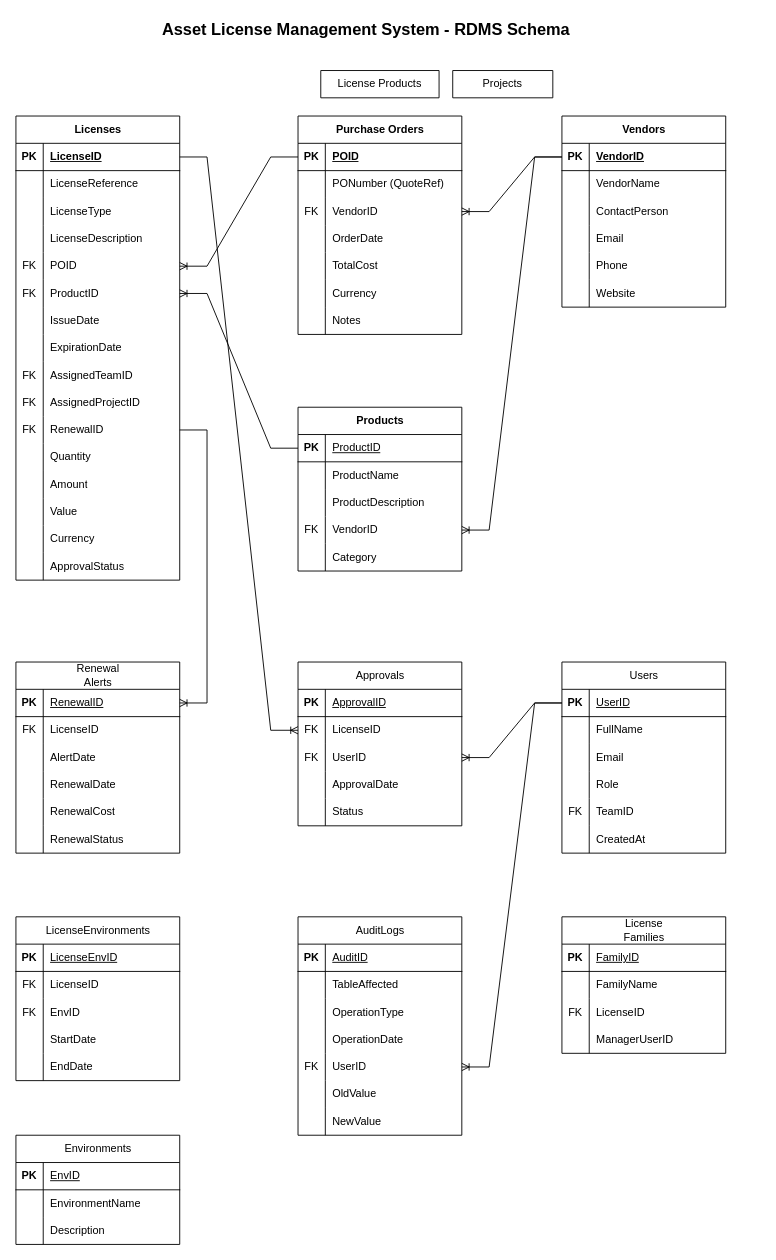
The draw.io diagram License Management System Schema ER .drawio in MiraxCapgemini/license-tracker-sys, before the edit. Source tidied: cells renumbered, new cells numbered last; positions are measured from the earlier drawing's top-left corner, leaving out a move shared by most shapes. Both pictures are drawn from the tidied source at 91%, with x=0, y=0 at pixel (-48, -30).
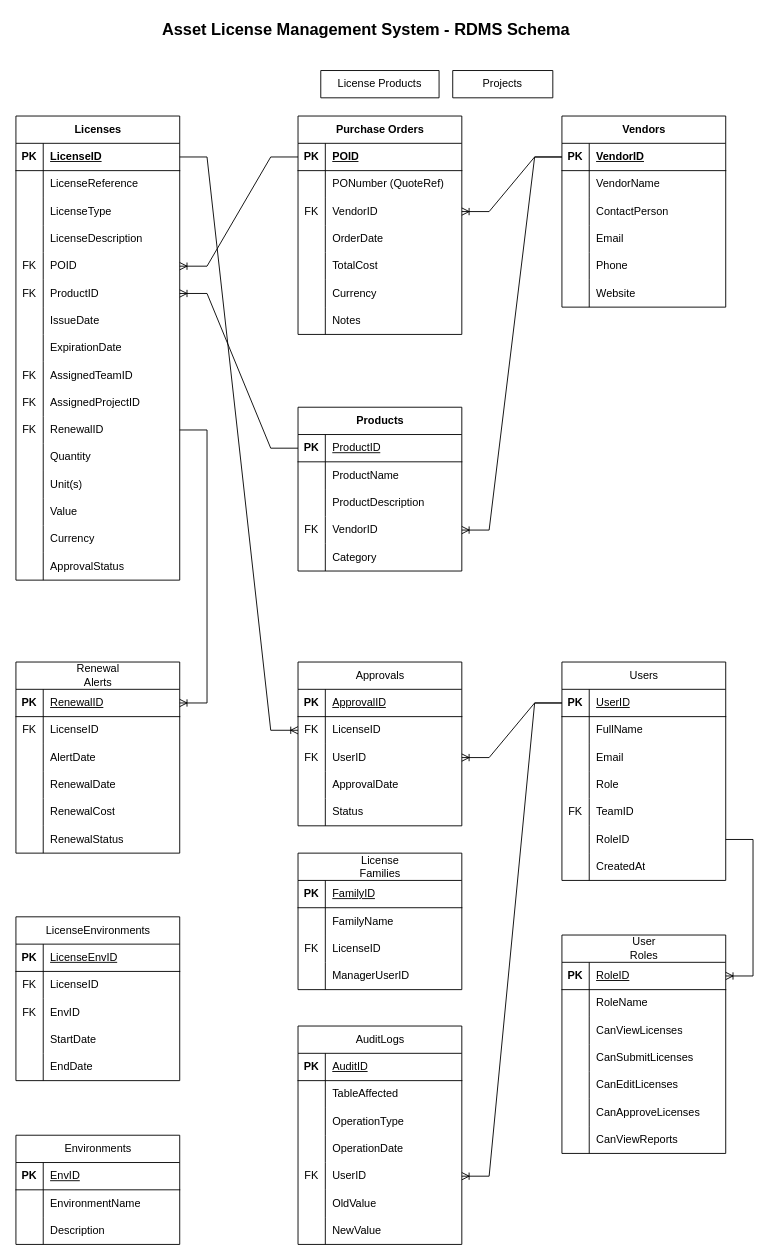
After the change.

The change refers to these unchanged cells:
```xml
<mxCell id="43" style="shape=tableRow;horizontal=0;startSize=0;swimlaneHead=0;swimlaneBody=0;fillColor=none;top=0;left=0;right=0;bottom=0;" parent="6" vertex="1">
  <mxGeometry y="390" width="180" height="30" as="geometry" />
</mxCell>
```

What changed in the source:
```diff
@@
-    <mxCell id="45" value="Amount" style="shape=partialRectangle;fillColor=none;top=0;left=0;bottom=0;right=0;align=left;spacingLeft=6;overflow=hidden;whiteSpace=wrap;html=1;" parent="43" vertex="1">
+    <mxCell id="45" value="Unit(s)" style="shape=partialRectangle;fillColor=none;top=0;left=0;bottom=0;right=0;align=left;spacingLeft=6;overflow=hidden;whiteSpace=wrap;html=1;" parent="43" vertex="1">
       <mxGeometry x="30" width="150" height="30" as="geometry" />
     </mxCell>
@@
     <mxCell id="152" value="&lt;span style=&quot;font-weight: 400; text-wrap-mode: wrap;&quot;&gt;Users&lt;/span&gt;" style="shape=table;startSize=30;childLayout=tableLayout;rowLines=0;fontStyle=1;align=center;html=1;" parent="1" vertex="1">
-      <mxGeometry x="670" y="760" width="180" height="210" as="geometry" />
+      <mxGeometry x="670" y="760" width="180" height="240" as="geometry" />
     </mxCell>
@@
+    <mxCell id="235" style="shape=tableRow;horizontal=0;startSize=0;swimlaneHead=0;swimlaneBody=0;fillColor=none;points=[[0,0.5],[1,0.5]];portConstraint=eastwest;top=0;left=0;right=0;bottom=0;" parent="152" vertex="1">
+      <mxGeometry y="180" width="180" height="30" as="geometry" />
+    </mxCell>
+    <mxCell id="236" style="shape=partialRectangle;fillColor=none;top=0;left=0;bottom=0;right=0;overflow=hidden;whiteSpace=wrap;html=1;" parent="235" vertex="1">
+      <mxGeometry width="30" height="30" as="geometry" />
+    </mxCell>
+    <mxCell id="237" value="RoleID" style="shape=partialRectangle;fillColor=none;top=0;left=0;bottom=0;right=0;align=left;spacingLeft=6;overflow=hidden;whiteSpace=wrap;html=1;" parent="235" vertex="1">
+      <mxGeometry x="30" width="150" height="30" as="geometry" />
+    </mxCell>
     <mxCell id="168" style="shape=tableRow;horizontal=0;startSize=0;swimlaneHead=0;swimlaneBody=0;fillColor=none;top=0;left=0;right=0;bottom=0;" parent="152" vertex="1">
-      <mxGeometry y="180" width="180" height="30" as="geometry" />
+      <mxGeometry y="210" width="180" height="30" as="geometry" />
     </mxCell>
@@
     <mxCell id="173" value="&lt;span style=&quot;font-weight: 400; text-wrap-mode: wrap;&quot;&gt;AuditLogs&lt;/span&gt;" style="shape=table;startSize=30;childLayout=tableLayout;rowLines=0;fontStyle=1;align=center;html=1;" parent="1" vertex="1">
-      <mxGeometry x="380" y="1040" width="180" height="240" as="geometry" />
+      <mxGeometry x="380" y="1160" width="180" height="240" as="geometry" />
     </mxCell>
@@
     <mxCell id="196" value="&lt;span style=&quot;font-weight: 400; text-wrap-mode: wrap;&quot;&gt;License Families&lt;/span&gt;" style="shape=table;startSize=30;childLayout=tableLayout;rowLines=0;fontStyle=1;align=center;html=1;" parent="1" vertex="1">
-      <mxGeometry x="670" y="1040" width="180" height="150" as="geometry" />
+      <mxGeometry x="380" y="970" width="180" height="150" as="geometry" />
     </mxCell>
@@
+    <mxCell id="238" value="&lt;span style=&quot;font-weight: 400; text-wrap-mode: wrap;&quot;&gt;User Roles&lt;/span&gt;" style="shape=table;startSize=30;childLayout=tableLayout;rowLines=0;fontStyle=1;align=center;html=1;" parent="1" vertex="1">
+      <mxGeometry x="670" y="1060" width="180" height="240" as="geometry" />
+    </mxCell>
+    <mxCell id="239" style="shape=tableRow;horizontal=0;startSize=0;swimlaneHead=0;swimlaneBody=0;fillColor=none;points=[[0,0.5],[1,0.5]];portConstraint=eastwest;top=0;left=0;right=0;bottom=1;" parent="238" vertex="1">
+      <mxGeometry y="30" width="180" height="30" as="geometry" />
+    </mxCell>
+    <mxCell id="240" value="PK" style="shape=partialRectangle;fillColor=none;top=0;left=0;bottom=0;right=0;fontStyle=1;overflow=hidden;whiteSpace=wrap;html=1;" parent="239" vertex="1">
+      <mxGeometry width="30" height="30" as="geometry" />
+    </mxCell>
+    <mxCell id="241" value="&lt;span style=&quot;font-weight: 400;&quot;&gt;RoleID&lt;/span&gt;" style="shape=partialRectangle;fillColor=none;top=0;left=0;bottom=0;right=0;align=left;spacingLeft=6;fontStyle=5;overflow=hidden;whiteSpace=wrap;html=1;" parent="239" vertex="1">
+      <mxGeometry x="30" width="150" height="30" as="geometry" />
+    </mxCell>
+    <mxCell id="242" style="shape=tableRow;horizontal=0;startSize=0;swimlaneHead=0;swimlaneBody=0;fillColor=none;top=0;left=0;right=0;bottom=0;" parent="238" vertex="1">
+      <mxGeometry y="60" width="180" height="30" as="geometry" />
+    </mxCell>
+    <mxCell id="243" style="shape=partialRectangle;fillColor=none;top=0;left=0;bottom=0;right=0;overflow=hidden;whiteSpace=wrap;html=1;" parent="242" vertex="1">
+      <mxGeometry width="30" height="30" as="geometry" />
+    </mxCell>
+    <mxCell id="244" value="RoleName" style="shape=partialRectangle;fillColor=none;top=0;left=0;bottom=0;right=0;align=left;spacingLeft=6;overflow=hidden;whiteSpace=wrap;html=1;" parent="242" vertex="1">
+      <mxGeometry x="30" width="150" height="30" as="geometry" />
+    </mxCell>
+    <mxCell id="245" style="shape=tableRow;horizontal=0;startSize=0;swimlaneHead=0;swimlaneBody=0;fillColor=none;top=0;left=0;right=0;bottom=0;" parent="238" vertex="1">
+      <mxGeometry y="90" width="180" height="30" as="geometry" />
+    </mxCell>
+    <mxCell id="246" style="shape=partialRectangle;fillColor=none;top=0;left=0;bottom=0;right=0;overflow=hidden;whiteSpace=wrap;html=1;" parent="245" vertex="1">
+      <mxGeometry width="30" height="30" as="geometry" />
+    </mxCell>
+    <mxCell id="247" value="CanViewLicenses" style="shape=partialRectangle;fillColor=none;top=0;left=0;bottom=0;right=0;align=left;spacingLeft=6;overflow=hidden;whiteSpace=wrap;html=1;" parent="245" vertex="1">
+      <mxGeometry x="30" width="150" height="30" as="geometry" />
+    </mxCell>
+    <mxCell id="248" style="shape=tableRow;horizontal=0;startSize=0;swimlaneHead=0;swimlaneBody=0;fillColor=none;top=0;left=0;right=0;bottom=0;" parent="238" vertex="1">
+      <mxGeometry y="120" width="180" height="30" as="geometry" />
+    </mxCell>
+    <mxCell id="249" style="shape=partialRectangle;fillColor=none;top=0;left=0;bottom=0;right=0;overflow=hidden;whiteSpace=wrap;html=1;" parent="248" vertex="1">
+      <mxGeometry width="30" height="30" as="geometry" />
+    </mxCell>
+    <mxCell id="250" value="CanSubmitLicenses" style="shape=partialRectangle;fillColor=none;top=0;left=0;bottom=0;right=0;align=left;spacingLeft=6;overflow=hidden;whiteSpace=wrap;html=1;" parent="248" vertex="1">
+      <mxGeometry x="30" width="150" height="30" as="geometry" />
+    </mxCell>
+    <mxCell id="251" style="shape=tableRow;horizontal=0;startSize=0;swimlaneHead=0;swimlaneBody=0;fillColor=none;top=0;left=0;right=0;bottom=0;" parent="238" vertex="1">
+      <mxGeometry y="150" width="180" height="30" as="geometry" />
+    </mxCell>
+    <mxCell id="252" style="shape=partialRectangle;fillColor=none;top=0;left=0;bottom=0;right=0;overflow=hidden;whiteSpace=wrap;html=1;" parent="251" vertex="1">
+      <mxGeometry width="30" height="30" as="geometry" />
+    </mxCell>
+    <mxCell id="253" value="CanEditLicenses" style="shape=partialRectangle;fillColor=none;top=0;left=0;bottom=0;right=0;align=left;spacingLeft=6;overflow=hidden;whiteSpace=wrap;html=1;" parent="251" vertex="1">
+      <mxGeometry x="30" width="150" height="30" as="geometry" />
+    </mxCell>
+    <mxCell id="254" style="shape=tableRow;horizontal=0;startSize=0;swimlaneHead=0;swimlaneBody=0;fillColor=none;top=0;left=0;right=0;bottom=0;" parent="238" vertex="1">
+      <mxGeometry y="180" width="180" height="30" as="geometry" />
+    </mxCell>
+    <mxCell id="255" style="shape=partialRectangle;fillColor=none;top=0;left=0;bottom=0;right=0;overflow=hidden;whiteSpace=wrap;html=1;" parent="254" vertex="1">
+      <mxGeometry width="30" height="30" as="geometry" />
+    </mxCell>
+    <mxCell id="256" value="CanApproveLicenses" style="shape=partialRectangle;fillColor=none;top=0;left=0;bottom=0;right=0;align=left;spacingLeft=6;overflow=hidden;whiteSpace=wrap;html=1;" parent="254" vertex="1">
+      <mxGeometry x="30" width="150" height="30" as="geometry" />
+    </mxCell>
+    <mxCell id="257" style="shape=tableRow;horizontal=0;startSize=0;swimlaneHead=0;swimlaneBody=0;fillColor=none;top=0;left=0;right=0;bottom=0;" parent="238" vertex="1">
+      <mxGeometry y="210" width="180" height="30" as="geometry" />
+    </mxCell>
+    <mxCell id="258" style="shape=partialRectangle;fillColor=none;top=0;left=0;bottom=0;right=0;overflow=hidden;whiteSpace=wrap;html=1;" parent="257" vertex="1">
+      <mxGeometry width="30" height="30" as="geometry" />
+    </mxCell>
+    <mxCell id="259" value="CanViewReports" style="shape=partialRectangle;fillColor=none;top=0;left=0;bottom=0;right=0;align=left;spacingLeft=6;overflow=hidden;whiteSpace=wrap;html=1;" parent="257" vertex="1">
+      <mxGeometry x="30" width="150" height="30" as="geometry" />
+    </mxCell>
+    <mxCell id="260" style="edgeStyle=entityRelationEdgeStyle;fontSize=12;html=1;endArrow=ERoneToMany;rounded=0;entryX=1;entryY=0.5;entryDx=0;entryDy=0;exitX=1;exitY=0.5;exitDx=0;exitDy=0;" parent="1" edge="1" source="235" target="239">
+      <mxGeometry relative="1" as="geometry">
+        <Array as="points">
+          <mxPoint x="850" y="947" />
+          <mxPoint x="830" y="1280" />
+          <mxPoint x="640" y="1030" />
+          <mxPoint x="830" y="1280" />
+          <mxPoint x="770" y="1260" />
+          <mxPoint x="730" y="1325" />
+        </Array>
+      </mxGeometry>
+    </mxCell>
```
